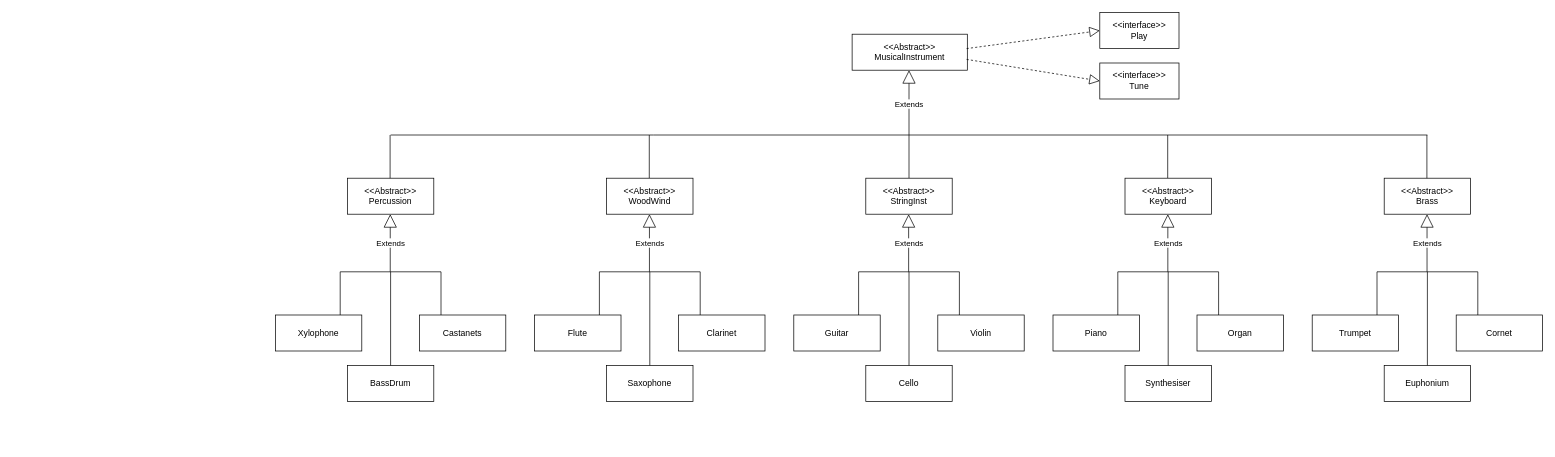
The draw.io diagram page "Page-1" (2 of 2) of Untitled Diagram.drawio in red-asteriscus/OOD-project-1, before the edit. Source tidied: cells renumbered, new cells numbered last; positions are measured from the earlier drawing's top-left corner, leaving out a move shared by most shapes. Both pictures are drawn from the tidied source at 72%, with x=0, y=0 at pixel (275, 12).
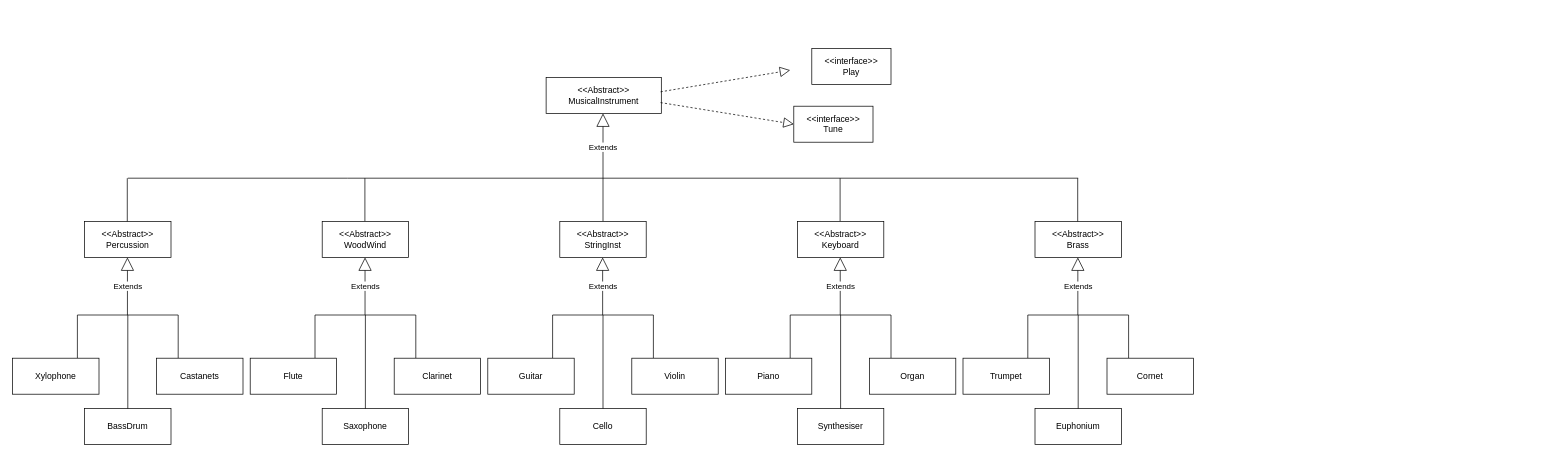
Above is the later version.

The edit, as a diff of the source:
```diff
@@
     <mxCell id="2" value="&amp;lt;&amp;lt;Abstract&amp;gt;&amp;gt;&lt;br&gt;MusicalInstrument" style="html=1;whiteSpace=wrap;" parent="1" vertex="1">
-      <mxGeometry x="801" y="30" width="160" height="50" as="geometry" />
+      <mxGeometry x="376" y="90" width="160" height="50" as="geometry" />
     </mxCell>
     <mxCell id="3" value="Extends" style="endArrow=block;endSize=16;endFill=0;html=1;rounded=0;" parent="1" edge="1">
       <mxGeometry x="0.38" relative="1" as="geometry">
-        <mxPoint x="880" y="230" as="sourcePoint" />
-        <mxPoint x="880" y="80" as="targetPoint" />
+        <mxPoint x="455" y="290" as="sourcePoint" />
+        <mxPoint x="455" y="140" as="targetPoint" />
       </mxGeometry>
     </mxCell>
     <mxCell id="4" value="Extends" style="endArrow=block;endSize=16;endFill=0;html=1;rounded=0;" parent="1" edge="1">
       <mxGeometry relative="1" as="geometry">
-        <mxPoint x="879.5" y="360" as="sourcePoint" />
-        <mxPoint x="879.5" y="280" as="targetPoint" />
+        <mxPoint x="454.5" y="420" as="sourcePoint" />
+        <mxPoint x="454.5" y="340" as="targetPoint" />
       </mxGeometry>
     </mxCell>
     <mxCell id="5" style="endArrow=none;html=1;rounded=0;" parent="1" edge="1">
       <mxGeometry relative="1" as="geometry">
-        <mxPoint x="519.3" y="230" as="sourcePoint" />
-        <mxPoint x="519.3" y="170" as="targetPoint" />
+        <mxPoint x="124.3" y="290" as="sourcePoint" />
+        <mxPoint x="124.3" y="230" as="targetPoint" />
       </mxGeometry>
     </mxCell>
     <mxCell id="6" style="endArrow=none;html=1;rounded=0;" parent="1" edge="1">
       <mxGeometry relative="1" as="geometry">
-        <mxPoint x="1239.3" y="230" as="sourcePoint" />
-        <mxPoint x="1239.3" y="170" as="targetPoint" />
+        <mxPoint x="784.3" y="290" as="sourcePoint" />
+        <mxPoint x="784.3" y="230" as="targetPoint" />
       </mxGeometry>
     </mxCell>
     <mxCell id="7" value="&amp;lt;&amp;lt;Abstract&amp;gt;&amp;gt;&lt;br&gt;StringInst" style="html=1;whiteSpace=wrap;" parent="1" vertex="1">
-      <mxGeometry x="820" y="230" width="120" height="50" as="geometry" />
+      <mxGeometry x="395" y="290" width="120" height="50" as="geometry" />
     </mxCell>
     <mxCell id="8" value="&amp;lt;&amp;lt;Abstract&amp;gt;&amp;gt;&lt;br&gt;Brass" style="html=1;whiteSpace=wrap;" parent="1" vertex="1">
-      <mxGeometry x="1540" y="230" width="120" height="50" as="geometry" />
+      <mxGeometry x="1055" y="290" width="120" height="50" as="geometry" />
     </mxCell>
     <mxCell id="9" value="&amp;lt;&amp;lt;Abstract&amp;gt;&amp;gt;&lt;br&gt;Keyboard" style="html=1;whiteSpace=wrap;" parent="1" vertex="1">
-      <mxGeometry x="1180" y="230" width="120" height="50" as="geometry" />
+      <mxGeometry x="725" y="290" width="120" height="50" as="geometry" />
     </mxCell>
     <mxCell id="10" value="&amp;lt;&amp;lt;Abstract&amp;gt;&amp;gt;&lt;br&gt;WoodWind" style="html=1;whiteSpace=wrap;" parent="1" vertex="1">
-      <mxGeometry x="460" y="230" width="120" height="50" as="geometry" />
+      <mxGeometry x="65" y="290" width="120" height="50" as="geometry" />
     </mxCell>
     <mxCell id="11" style="endArrow=none;html=1;rounded=0;" parent="1" edge="1">
       <mxGeometry relative="1" as="geometry">
-        <mxPoint x="810" y="360" as="sourcePoint" />
-        <mxPoint x="950" y="360" as="targetPoint" />
+        <mxPoint x="385" y="420" as="sourcePoint" />
+        <mxPoint x="525" y="420" as="targetPoint" />
       </mxGeometry>
     </mxCell>
     <mxCell id="12" style="endArrow=none;html=1;rounded=0;" parent="1" edge="1">
       <mxGeometry relative="1" as="geometry">
-        <mxPoint x="950" y="420" as="sourcePoint" />
-        <mxPoint x="950" y="360" as="targetPoint" />
+        <mxPoint x="525" y="480" as="sourcePoint" />
+        <mxPoint x="525" y="420" as="targetPoint" />
       </mxGeometry>
     </mxCell>
     <mxCell id="13" style="endArrow=none;html=1;rounded=0;" parent="1" edge="1">
       <mxGeometry relative="1" as="geometry">
-        <mxPoint x="810" y="420" as="sourcePoint" />
-        <mxPoint x="810" y="360" as="targetPoint" />
+        <mxPoint x="385" y="480" as="sourcePoint" />
+        <mxPoint x="385" y="420" as="targetPoint" />
       </mxGeometry>
     </mxCell>
     <mxCell id="14" value="Violin" style="html=1;whiteSpace=wrap;" parent="1" vertex="1">
-      <mxGeometry x="920" y="420" width="120" height="50" as="geometry" />
+      <mxGeometry x="495" y="480" width="120" height="50" as="geometry" />
     </mxCell>
     <mxCell id="15" value="Guitar" style="html=1;whiteSpace=wrap;" parent="1" vertex="1">
-      <mxGeometry x="720" y="420" width="120" height="50" as="geometry" />
+      <mxGeometry x="295" y="480" width="120" height="50" as="geometry" />
     </mxCell>
     <mxCell id="16" value="Cello" style="html=1;whiteSpace=wrap;" parent="1" vertex="1">
-      <mxGeometry x="820" y="490" width="120" height="50" as="geometry" />
+      <mxGeometry x="395" y="550" width="120" height="50" as="geometry" />
     </mxCell>
     <mxCell id="17" style="endArrow=none;html=1;rounded=0;" parent="1" edge="1">
       <mxGeometry relative="1" as="geometry">
-        <mxPoint x="880" y="490" as="sourcePoint" />
-        <mxPoint x="880" y="360" as="targetPoint" />
+        <mxPoint x="455" y="550" as="sourcePoint" />
+        <mxPoint x="455" y="420" as="targetPoint" />
       </mxGeometry>
     </mxCell>
     <mxCell id="18" value="Extends" style="endArrow=block;endSize=16;endFill=0;html=1;rounded=0;" parent="1" edge="1">
       <mxGeometry relative="1" as="geometry">
-        <mxPoint x="519.5" y="360" as="sourcePoint" />
-        <mxPoint x="519.5" y="280" as="targetPoint" />
+        <mxPoint x="124.5" y="420" as="sourcePoint" />
+        <mxPoint x="124.5" y="340" as="targetPoint" />
       </mxGeometry>
     </mxCell>
     <mxCell id="19" style="endArrow=none;html=1;rounded=0;" parent="1" edge="1">
       <mxGeometry relative="1" as="geometry">
-        <mxPoint x="450" y="360" as="sourcePoint" />
-        <mxPoint x="590" y="360" as="targetPoint" />
+        <mxPoint x="55" y="420" as="sourcePoint" />
+        <mxPoint x="195" y="420" as="targetPoint" />
       </mxGeometry>
     </mxCell>
     <mxCell id="20" style="endArrow=none;html=1;rounded=0;" parent="1" edge="1">
       <mxGeometry relative="1" as="geometry">
-        <mxPoint x="590" y="420" as="sourcePoint" />
-        <mxPoint x="590" y="360" as="targetPoint" />
+        <mxPoint x="195" y="480" as="sourcePoint" />
+        <mxPoint x="195" y="420" as="targetPoint" />
       </mxGeometry>
     </mxCell>
     <mxCell id="21" style="endArrow=none;html=1;rounded=0;" parent="1" edge="1">
       <mxGeometry relative="1" as="geometry">
-        <mxPoint x="450" y="420" as="sourcePoint" />
-        <mxPoint x="450" y="360" as="targetPoint" />
+        <mxPoint x="55" y="480" as="sourcePoint" />
+        <mxPoint x="55" y="420" as="targetPoint" />
       </mxGeometry>
     </mxCell>
     <mxCell id="22" value="Clarinet" style="html=1;whiteSpace=wrap;" parent="1" vertex="1">
-      <mxGeometry x="560" y="420" width="120" height="50" as="geometry" />
+      <mxGeometry x="165" y="480" width="120" height="50" as="geometry" />
     </mxCell>
     <mxCell id="23" value="Flute" style="html=1;whiteSpace=wrap;" parent="1" vertex="1">
-      <mxGeometry x="360" y="420" width="120" height="50" as="geometry" />
+      <mxGeometry x="-35" y="480" width="120" height="50" as="geometry" />
     </mxCell>
     <mxCell id="24" value="Saxophone" style="html=1;whiteSpace=wrap;" parent="1" vertex="1">
-      <mxGeometry x="460" y="490" width="120" height="50" as="geometry" />
+      <mxGeometry x="65" y="550" width="120" height="50" as="geometry" />
     </mxCell>
     <mxCell id="25" style="endArrow=none;html=1;rounded=0;" parent="1" edge="1">
       <mxGeometry relative="1" as="geometry">
-        <mxPoint x="520" y="490" as="sourcePoint" />
-        <mxPoint x="520" y="360" as="targetPoint" />
+        <mxPoint x="125" y="550" as="sourcePoint" />
+        <mxPoint x="125" y="420" as="targetPoint" />
       </mxGeometry>
     </mxCell>
     <mxCell id="26" value="&amp;lt;&amp;lt;Abstract&amp;gt;&amp;gt;&lt;br&gt;Percussion" style="html=1;whiteSpace=wrap;" parent="1" vertex="1">
-      <mxGeometry x="100" y="230" width="120" height="50" as="geometry" />
+      <mxGeometry x="-265" y="290" width="120" height="50" as="geometry" />
     </mxCell>
     <mxCell id="27" value="Extends" style="endArrow=block;endSize=16;endFill=0;html=1;rounded=0;" parent="1" edge="1">
       <mxGeometry relative="1" as="geometry">
-        <mxPoint x="159.5" y="360" as="sourcePoint" />
-        <mxPoint x="159.5" y="280" as="targetPoint" />
+        <mxPoint x="-205.5" y="420" as="sourcePoint" />
+        <mxPoint x="-205.5" y="340" as="targetPoint" />
       </mxGeometry>
     </mxCell>
     <mxCell id="28" style="endArrow=none;html=1;rounded=0;" parent="1" edge="1">
       <mxGeometry relative="1" as="geometry">
-        <mxPoint x="90" y="360" as="sourcePoint" />
-        <mxPoint x="230" y="360" as="targetPoint" />
+        <mxPoint x="-275" y="420" as="sourcePoint" />
+        <mxPoint x="-135" y="420" as="targetPoint" />
       </mxGeometry>
     </mxCell>
     <mxCell id="29" style="endArrow=none;html=1;rounded=0;" parent="1" edge="1">
       <mxGeometry relative="1" as="geometry">
-        <mxPoint x="230" y="420" as="sourcePoint" />
-        <mxPoint x="230" y="360" as="targetPoint" />
+        <mxPoint x="-135" y="480" as="sourcePoint" />
+        <mxPoint x="-135" y="420" as="targetPoint" />
       </mxGeometry>
     </mxCell>
     <mxCell id="30" style="endArrow=none;html=1;rounded=0;" parent="1" edge="1">
       <mxGeometry relative="1" as="geometry">
-        <mxPoint x="90" y="420" as="sourcePoint" />
-        <mxPoint x="90" y="360" as="targetPoint" />
+        <mxPoint x="-275" y="480" as="sourcePoint" />
+        <mxPoint x="-275" y="420" as="targetPoint" />
       </mxGeometry>
     </mxCell>
     <mxCell id="31" value="Castanets" style="html=1;whiteSpace=wrap;" parent="1" vertex="1">
-      <mxGeometry x="200" y="420" width="120" height="50" as="geometry" />
+      <mxGeometry x="-165" y="480" width="120" height="50" as="geometry" />
     </mxCell>
     <mxCell id="32" value="Xylophone" style="html=1;whiteSpace=wrap;" parent="1" vertex="1">
-      <mxGeometry y="420" width="120" height="50" as="geometry" />
+      <mxGeometry x="-365" y="480" width="120" height="50" as="geometry" />
     </mxCell>
     <mxCell id="33" value="BassDrum" style="html=1;whiteSpace=wrap;" parent="1" vertex="1">
-      <mxGeometry x="100" y="490" width="120" height="50" as="geometry" />
+      <mxGeometry x="-265" y="550" width="120" height="50" as="geometry" />
     </mxCell>
     <mxCell id="34" style="endArrow=none;html=1;rounded=0;" parent="1" edge="1">
       <mxGeometry relative="1" as="geometry">
-        <mxPoint x="160" y="490" as="sourcePoint" />
-        <mxPoint x="160" y="360" as="targetPoint" />
+        <mxPoint x="-205" y="550" as="sourcePoint" />
+        <mxPoint x="-205" y="420" as="targetPoint" />
       </mxGeometry>
     </mxCell>
     <mxCell id="35" style="endArrow=none;html=1;rounded=0;" parent="1" edge="1">
       <mxGeometry relative="1" as="geometry">
-        <mxPoint x="159.3" y="230" as="sourcePoint" />
-        <mxPoint x="159.3" y="170" as="targetPoint" />
+        <mxPoint x="-205.7" y="290" as="sourcePoint" />
+        <mxPoint x="-205.7" y="230" as="targetPoint" />
       </mxGeometry>
     </mxCell>
     <mxCell id="36" value="Extends" style="endArrow=block;endSize=16;endFill=0;html=1;rounded=0;" parent="1" edge="1">
       <mxGeometry relative="1" as="geometry">
-        <mxPoint x="1239.5" y="360" as="sourcePoint" />
-        <mxPoint x="1239.5" y="280" as="targetPoint" />
+        <mxPoint x="784.5" y="420" as="sourcePoint" />
+        <mxPoint x="784.5" y="340" as="targetPoint" />
       </mxGeometry>
     </mxCell>
     <mxCell id="37" style="endArrow=none;html=1;rounded=0;" parent="1" edge="1">
       <mxGeometry relative="1" as="geometry">
-        <mxPoint x="1170" y="360" as="sourcePoint" />
-        <mxPoint x="1310" y="360" as="targetPoint" />
+        <mxPoint x="715" y="420" as="sourcePoint" />
+        <mxPoint x="855" y="420" as="targetPoint" />
       </mxGeometry>
     </mxCell>
     <mxCell id="38" style="endArrow=none;html=1;rounded=0;" parent="1" edge="1">
       <mxGeometry relative="1" as="geometry">
-        <mxPoint x="1310" y="420" as="sourcePoint" />
-        <mxPoint x="1310" y="360" as="targetPoint" />
+        <mxPoint x="855" y="480" as="sourcePoint" />
+        <mxPoint x="855" y="420" as="targetPoint" />
       </mxGeometry>
     </mxCell>
     <mxCell id="39" style="endArrow=none;html=1;rounded=0;" parent="1" edge="1">
       <mxGeometry relative="1" as="geometry">
-        <mxPoint x="1170" y="420" as="sourcePoint" />
-        <mxPoint x="1170" y="360" as="targetPoint" />
+        <mxPoint x="715" y="480" as="sourcePoint" />
+        <mxPoint x="715" y="420" as="targetPoint" />
       </mxGeometry>
     </mxCell>
     <mxCell id="40" value="Organ" style="html=1;whiteSpace=wrap;" parent="1" vertex="1">
-      <mxGeometry x="1280" y="420" width="120" height="50" as="geometry" />
+      <mxGeometry x="825" y="480" width="120" height="50" as="geometry" />
     </mxCell>
     <mxCell id="41" value="Piano" style="html=1;whiteSpace=wrap;" parent="1" vertex="1">
-      <mxGeometry x="1080" y="420" width="120" height="50" as="geometry" />
+      <mxGeometry x="625" y="480" width="120" height="50" as="geometry" />
     </mxCell>
     <mxCell id="42" value="Synthesiser" style="html=1;whiteSpace=wrap;" parent="1" vertex="1">
-      <mxGeometry x="1180" y="490" width="120" height="50" as="geometry" />
+      <mxGeometry x="725" y="550" width="120" height="50" as="geometry" />
     </mxCell>
     <mxCell id="43" style="endArrow=none;html=1;rounded=0;" parent="1" edge="1">
       <mxGeometry relative="1" as="geometry">
-        <mxPoint x="1240" y="490" as="sourcePoint" />
-        <mxPoint x="1240" y="360" as="targetPoint" />
+        <mxPoint x="785" y="550" as="sourcePoint" />
+        <mxPoint x="785" y="420" as="targetPoint" />
       </mxGeometry>
     </mxCell>
     <mxCell id="44" value="Extends" style="endArrow=block;endSize=16;endFill=0;html=1;rounded=0;" parent="1" edge="1">
       <mxGeometry relative="1" as="geometry">
-        <mxPoint x="1599.5" y="360" as="sourcePoint" />
-        <mxPoint x="1599.5" y="280" as="targetPoint" />
+        <mxPoint x="1114.5" y="420" as="sourcePoint" />
+        <mxPoint x="1114.5" y="340" as="targetPoint" />
       </mxGeometry>
     </mxCell>
     <mxCell id="45" style="endArrow=none;html=1;rounded=0;" parent="1" edge="1">
       <mxGeometry relative="1" as="geometry">
-        <mxPoint x="1530" y="360" as="sourcePoint" />
-        <mxPoint x="1670" y="360" as="targetPoint" />
+        <mxPoint x="1045" y="420" as="sourcePoint" />
+        <mxPoint x="1185" y="420" as="targetPoint" />
       </mxGeometry>
     </mxCell>
     <mxCell id="46" style="endArrow=none;html=1;rounded=0;" parent="1" edge="1">
       <mxGeometry relative="1" as="geometry">
-        <mxPoint x="1670" y="420" as="sourcePoint" />
-        <mxPoint x="1670" y="360" as="targetPoint" />
+        <mxPoint x="1185" y="480" as="sourcePoint" />
+        <mxPoint x="1185" y="420" as="targetPoint" />
       </mxGeometry>
     </mxCell>
     <mxCell id="47" style="endArrow=none;html=1;rounded=0;" parent="1" edge="1">
       <mxGeometry relative="1" as="geometry">
-        <mxPoint x="1530" y="420" as="sourcePoint" />
-        <mxPoint x="1530" y="360" as="targetPoint" />
+        <mxPoint x="1045" y="480" as="sourcePoint" />
+        <mxPoint x="1045" y="420" as="targetPoint" />
       </mxGeometry>
     </mxCell>
     <mxCell id="48" value="Cornet" style="html=1;whiteSpace=wrap;" parent="1" vertex="1">
-      <mxGeometry x="1640" y="420" width="120" height="50" as="geometry" />
+      <mxGeometry x="1155" y="480" width="120" height="50" as="geometry" />
     </mxCell>
     <mxCell id="49" value="Trumpet" style="html=1;whiteSpace=wrap;" parent="1" vertex="1">
-      <mxGeometry x="1440" y="420" width="120" height="50" as="geometry" />
+      <mxGeometry x="955" y="480" width="120" height="50" as="geometry" />
     </mxCell>
     <mxCell id="50" value="Euphonium" style="html=1;whiteSpace=wrap;" parent="1" vertex="1">
-      <mxGeometry x="1540" y="490" width="120" height="50" as="geometry" />
+      <mxGeometry x="1055" y="550" width="120" height="50" as="geometry" />
     </mxCell>
     <mxCell id="51" style="endArrow=none;html=1;rounded=0;" parent="1" edge="1">
       <mxGeometry relative="1" as="geometry">
-        <mxPoint x="1600" y="490" as="sourcePoint" />
-        <mxPoint x="1600" y="360" as="targetPoint" />
+        <mxPoint x="1115" y="550" as="sourcePoint" />
+        <mxPoint x="1115" y="420" as="targetPoint" />
       </mxGeometry>
     </mxCell>
     <mxCell id="52" style="endArrow=none;html=1;rounded=0;" parent="1" edge="1">
       <mxGeometry relative="1" as="geometry">
-        <mxPoint x="1599.3" y="230" as="sourcePoint" />
-        <mxPoint x="1599.3" y="170" as="targetPoint" />
+        <mxPoint x="1114.3" y="290" as="sourcePoint" />
+        <mxPoint x="1114.3" y="230" as="targetPoint" />
       </mxGeometry>
     </mxCell>
-    <mxCell id="53" style="endArrow=block;dashed=1;endFill=0;endSize=12;html=1;rounded=0;entryX=0;entryY=0.5;entryDx=0;entryDy=0;" parent="1" edge="1" target="54">
+    <mxCell id="53" style="endArrow=block;dashed=1;endFill=0;endSize=12;html=1;rounded=0;entryX=0;entryY=0.5;entryDx=0;entryDy=0;" parent="1" edge="1">
       <mxGeometry relative="1" as="geometry">
-        <mxPoint x="960" y="50" as="sourcePoint" />
+        <mxPoint x="535" y="110" as="sourcePoint" />
+        <mxPoint x="715" y="80" as="targetPoint" />
       </mxGeometry>
     </mxCell>
     <mxCell id="54" value="&amp;lt;&amp;lt;interface&amp;gt;&amp;gt;&lt;br&gt;Play" style="html=1;whiteSpace=wrap;" parent="1" vertex="1">
-      <mxGeometry x="1145" width="110" height="50" as="geometry" />
+      <mxGeometry x="745" y="50" width="110" height="50" as="geometry" />
     </mxCell>
     <mxCell id="55" value="&amp;lt;&amp;lt;interface&amp;gt;&amp;gt;&lt;br&gt;Tune" style="html=1;whiteSpace=wrap;" parent="1" vertex="1">
-      <mxGeometry x="1145" y="70" width="110" height="50" as="geometry" />
+      <mxGeometry x="720" y="130" width="110" height="50" as="geometry" />
     </mxCell>
     <mxCell id="56" style="endArrow=block;dashed=1;endFill=0;endSize=12;html=1;rounded=0;entryX=0;entryY=0.5;entryDx=0;entryDy=0;" parent="1" edge="1" target="55">
       <mxGeometry relative="1" as="geometry">
-        <mxPoint x="960" y="65" as="sourcePoint" />
+        <mxPoint x="535" y="125" as="sourcePoint" />
       </mxGeometry>
     </mxCell>
     <mxCell id="57" style="endArrow=none;html=1;rounded=0;" parent="1" edge="1">
       <mxGeometry relative="1" as="geometry">
-        <mxPoint x="525" y="170" as="sourcePoint" />
-        <mxPoint x="1600" y="170" as="targetPoint" />
+        <mxPoint x="100" y="230" as="sourcePoint" />
+        <mxPoint x="1115" y="230" as="targetPoint" />
       </mxGeometry>
     </mxCell>
     <mxCell id="58" style="endArrow=none;html=1;rounded=0;" parent="1" edge="1">
       <mxGeometry relative="1" as="geometry">
-        <mxPoint x="160" y="170" as="sourcePoint" />
-        <mxPoint x="525" y="170" as="targetPoint" />
+        <mxPoint x="-205" y="230" as="sourcePoint" />
+        <mxPoint x="100" y="230" as="targetPoint" />
       </mxGeometry>
     </mxCell>
```
